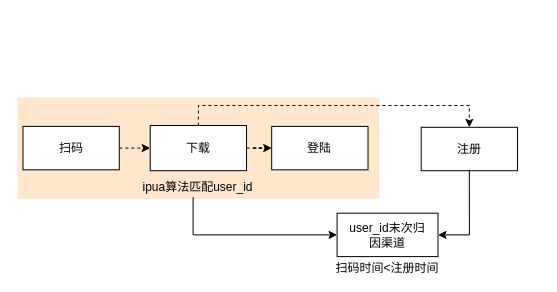
mineminemine123/work-wiki keeps this draw.io diagram as mt渠道.drawio. Above is the earlier version. Source tidied: cells renumbered, new cells numbered last; positions are measured from the earlier drawing's top-left corner, leaving out a move shared by most shapes. Both pictures are drawn from the tidied source at 100%, with x=0, y=0 at pixel (17, 97).
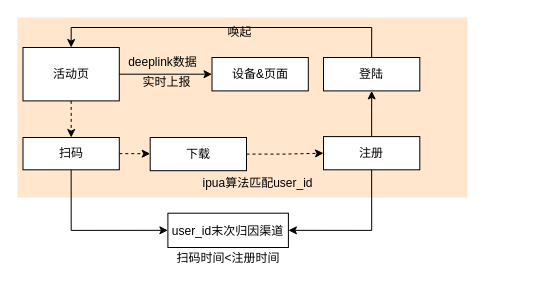
Above is the later version.

What changed in the source:
```diff
@@
     <mxCell id="2" style="group;fontFamily=微软雅黑;" parent="1" vertex="1">
-      <mxGeometry width="500" height="170" as="geometry" />
+      <mxGeometry width="522.3" height="170" as="geometry" />
     </mxCell>
     <mxCell id="3" value="扫码时间&amp;lt;注册时间" style="text;html=1;strokeColor=none;fillColor=none;align=center;verticalAlign=middle;whiteSpace=wrap;rounded=0;dashed=1;fontSize=12;fontFamily=微软雅黑;" parent="2" vertex="1">
-      <mxGeometry x="288.2" y="170" width="163.8" as="geometry" />
+      <mxGeometry x="128.8" y="160" width="163.8" as="geometry" />
     </mxCell>
     <mxCell id="4" style="rounded=0;whiteSpace=wrap;html=1;dashed=1;fontSize=14;fillColor=#ffe6cc;strokeColor=none;fontFamily=微软雅黑;" parent="2" vertex="1">
-      <mxGeometry width="361.7" height="101.3" as="geometry" />
+      <mxGeometry y="-80" width="450" height="180" as="geometry" />
     </mxCell>
-    <mxCell id="5" value="登陆" style="rounded=0;whiteSpace=wrap;html=1;fontFamily=微软雅黑;" parent="2" vertex="1">
-      <mxGeometry x="254.2" y="28.9" width="96.3" height="43.4" as="geometry" />
-    </mxCell>
-    <mxCell id="6" style="edgeStyle=orthogonalEdgeStyle;rounded=0;jettySize=auto;html=1;entryX=0;entryY=0.5;entryDx=0;entryDy=0;fontSize=14;dashed=1;fontFamily=微软雅黑;" parent="2" edge="1" source="7" target="5">
-      <mxGeometry relative="1" as="geometry" />
-    </mxCell>
+    <mxCell id="12" style="edgeStyle=orthogonalEdgeStyle;rounded=0;jettySize=auto;html=1;exitX=1;exitY=0.5;exitDx=0;exitDy=0;entryX=0;entryY=0.5;entryDx=0;entryDy=0;dashed=1;fontFamily=微软雅黑;" parent="2" edge="1" source="7" target="11">
+      <mxGeometry relative="1" as="geometry" />
+    </mxCell>
     <mxCell id="7" value="下载" style="rounded=0;whiteSpace=wrap;html=1;fontFamily=微软雅黑;" parent="2" vertex="1">
-      <mxGeometry x="132.7" y="28" width="96.3" height="45.2" as="geometry" />
+      <mxGeometry x="132.7" y="40" width="96.3" height="33.2" as="geometry" />
     </mxCell>
@@
+    <mxCell id="17" style="edgeStyle=orthogonalEdgeStyle;rounded=0;jettySize=auto;html=1;exitX=0.5;exitY=1;exitDx=0;exitDy=0;entryX=0;entryY=0.5;entryDx=0;entryDy=0;" parent="2" edge="1" source="9" target="13">
+      <mxGeometry relative="1" as="geometry" />
+    </mxCell>
     <mxCell id="9" value="扫码" style="rounded=0;whiteSpace=wrap;html=1;fontFamily=微软雅黑;" parent="2" vertex="1">
-      <mxGeometry x="5.5" y="28.9" width="96.3" height="43.4" as="geometry" />
+      <mxGeometry x="5.5" y="40" width="96.3" height="32.3" as="geometry" />
     </mxCell>
     <mxCell id="10" value="&lt;font style=&quot;font-size: 12px;&quot;&gt;ipua算法匹配user_id&lt;/font&gt;" style="text;html=1;strokeColor=none;fillColor=none;align=center;verticalAlign=middle;whiteSpace=wrap;rounded=0;dashed=1;fontSize=14;fontFamily=微软雅黑;" parent="2" vertex="1">
-      <mxGeometry x="80.4" y="81.9" width="200.8" height="14.5" as="geometry" />
+      <mxGeometry x="139.6" y="77.8" width="200.8" height="14.5" as="geometry" />
     </mxCell>
+    <mxCell id="18" style="edgeStyle=orthogonalEdgeStyle;rounded=0;jettySize=auto;html=1;exitX=0.5;exitY=0;exitDx=0;exitDy=0;entryX=0.5;entryY=1;entryDx=0;entryDy=0;" parent="2" edge="1" source="11" target="5">
+      <mxGeometry relative="1" as="geometry" />
+    </mxCell>
     <mxCell id="11" value="注册" style="rounded=0;whiteSpace=wrap;html=1;fontFamily=微软雅黑;" parent="2" vertex="1">
-      <mxGeometry x="403.7" y="29.8" width="96.3" height="43.4" as="geometry" />
+      <mxGeometry x="306" y="39.1" width="96.3" height="33.2" as="geometry" />
     </mxCell>
-    <mxCell id="12" style="edgeStyle=orthogonalEdgeStyle;rounded=0;jettySize=auto;html=1;exitX=0.5;exitY=0;exitDx=0;exitDy=0;entryX=0.5;entryY=0;entryDx=0;entryDy=0;fontSize=14;dashed=1;fontFamily=微软雅黑;" parent="2" edge="1" source="7" target="11">
-      <mxGeometry relative="1" as="geometry" />
-    </mxCell>
-    <mxCell id="13" style="rounded=0;whiteSpace=wrap;html=1;fontSize=14;fontFamily=微软雅黑;" parent="2" vertex="1">
-      <mxGeometry x="319.6" y="115.7" width="100.9" height="43.4" as="geometry" />
+    <mxCell id="13" value="&lt;font style=&quot;font-size: 12px;&quot;&gt;user_id末次归因渠道&lt;/font&gt;" style="rounded=0;whiteSpace=wrap;html=1;fontSize=14;fontFamily=微软雅黑;" parent="2" vertex="1">
+      <mxGeometry x="150.4" y="115.7" width="120.5" height="34.3" as="geometry" />
     </mxCell>
-    <mxCell id="14" style="edgeStyle=orthogonalEdgeStyle;rounded=0;jettySize=auto;html=1;entryX=0;entryY=0.5;entryDx=0;entryDy=0;fontSize=14;fontFamily=微软雅黑;" parent="2" edge="1" target="13">
-      <mxGeometry relative="1" as="geometry">
-        <mxPoint x="175.6" y="99.7" as="sourcePoint" />
-        <Array as="points">
-          <mxPoint x="175.6" y="137.8" />
-        </Array>
-      </mxGeometry>
-    </mxCell>
@@
-    <mxCell id="16" value="&lt;font style=&quot;font-size: 12px;&quot;&gt;user_id末次归因渠道&lt;/font&gt;" style="text;html=1;strokeColor=none;fillColor=none;align=center;verticalAlign=middle;whiteSpace=wrap;rounded=0;dashed=1;fontFamily=微软雅黑;" parent="2" vertex="1">
-      <mxGeometry x="328" y="137.4" width="84.1" as="geometry" />
-    </mxCell>
+    <mxCell id="19" value="活动页" style="rounded=0;whiteSpace=wrap;html=1;fontFamily=微软雅黑;" parent="2" vertex="1">
+      <mxGeometry x="5.5" y="-50" width="96.3" height="53.4" as="geometry" />
+    </mxCell>
+    <mxCell id="20" style="edgeStyle=orthogonalEdgeStyle;rounded=0;jettySize=auto;html=1;exitX=0.5;exitY=1;exitDx=0;exitDy=0;fontFamily=微软雅黑;dashed=1;" parent="2" edge="1" source="19" target="9">
+      <mxGeometry relative="1" as="geometry" />
+    </mxCell>
+    <mxCell id="21" value="设备&amp;amp;页面" style="rounded=0;whiteSpace=wrap;html=1;fontFamily=微软雅黑;" parent="2" vertex="1">
+      <mxGeometry x="194.5" y="-40" width="96.3" height="33.4" as="geometry" />
+    </mxCell>
+    <mxCell id="22" style="edgeStyle=orthogonalEdgeStyle;rounded=0;jettySize=auto;html=1;exitX=1;exitY=0.5;exitDx=0;exitDy=0;fontFamily=微软雅黑;" parent="2" edge="1" source="19" target="21">
+      <mxGeometry relative="1" as="geometry" />
+    </mxCell>
+    <mxCell id="5" value="登陆" style="rounded=0;whiteSpace=wrap;html=1;fontFamily=微软雅黑;" parent="2" vertex="1">
+      <mxGeometry x="306" y="-40" width="96.3" height="33.4" as="geometry" />
+    </mxCell>
+    <mxCell id="23" style="edgeStyle=orthogonalEdgeStyle;rounded=0;jettySize=auto;html=1;entryX=0.5;entryY=0;entryDx=0;entryDy=0;exitX=0.5;exitY=0;exitDx=0;exitDy=0;" parent="2" edge="1" source="5" target="19">
+      <mxGeometry relative="1" as="geometry">
+        <Array as="points">
+          <mxPoint x="354" y="-70" />
+          <mxPoint x="54" y="-70" />
+        </Array>
+      </mxGeometry>
+    </mxCell>
+    <mxCell id="24" value="&lt;font&gt;实时上报&lt;/font&gt;" style="text;html=1;strokeColor=none;fillColor=none;align=center;verticalAlign=middle;whiteSpace=wrap;rounded=0;fontFamily=微软雅黑;" parent="2" vertex="1">
+      <mxGeometry x="116" y="-30" width="66.7" height="30" as="geometry" />
+    </mxCell>
+    <mxCell id="25" value="唤起" style="text;html=1;strokeColor=none;fillColor=none;align=center;verticalAlign=middle;whiteSpace=wrap;rounded=0;fontFamily=微软雅黑;" parent="2" vertex="1">
+      <mxGeometry x="182.7" y="-80" width="78.5" height="30" as="geometry" />
+    </mxCell>
+    <mxCell id="26" value="deeplink数据" style="text;html=1;strokeColor=none;fillColor=none;align=center;verticalAlign=middle;whiteSpace=wrap;rounded=0;fontFamily=微软雅黑;" parent="1" vertex="1">
+      <mxGeometry x="106" y="-50" width="78.5" height="30" as="geometry" />
+    </mxCell>
```
